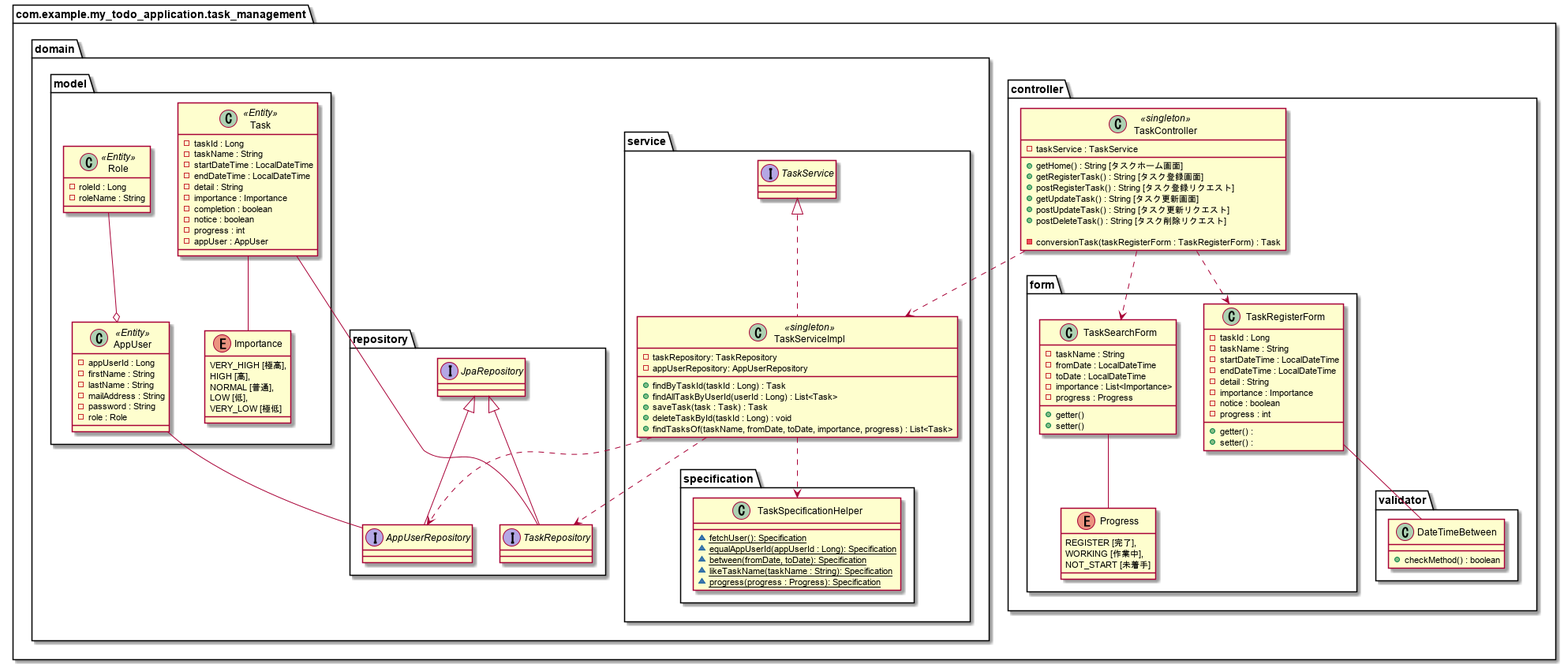
Before: plantuml/task_relation_class.png, a diagram exported from PlantUML (yasusi-1234/my_todo_application).
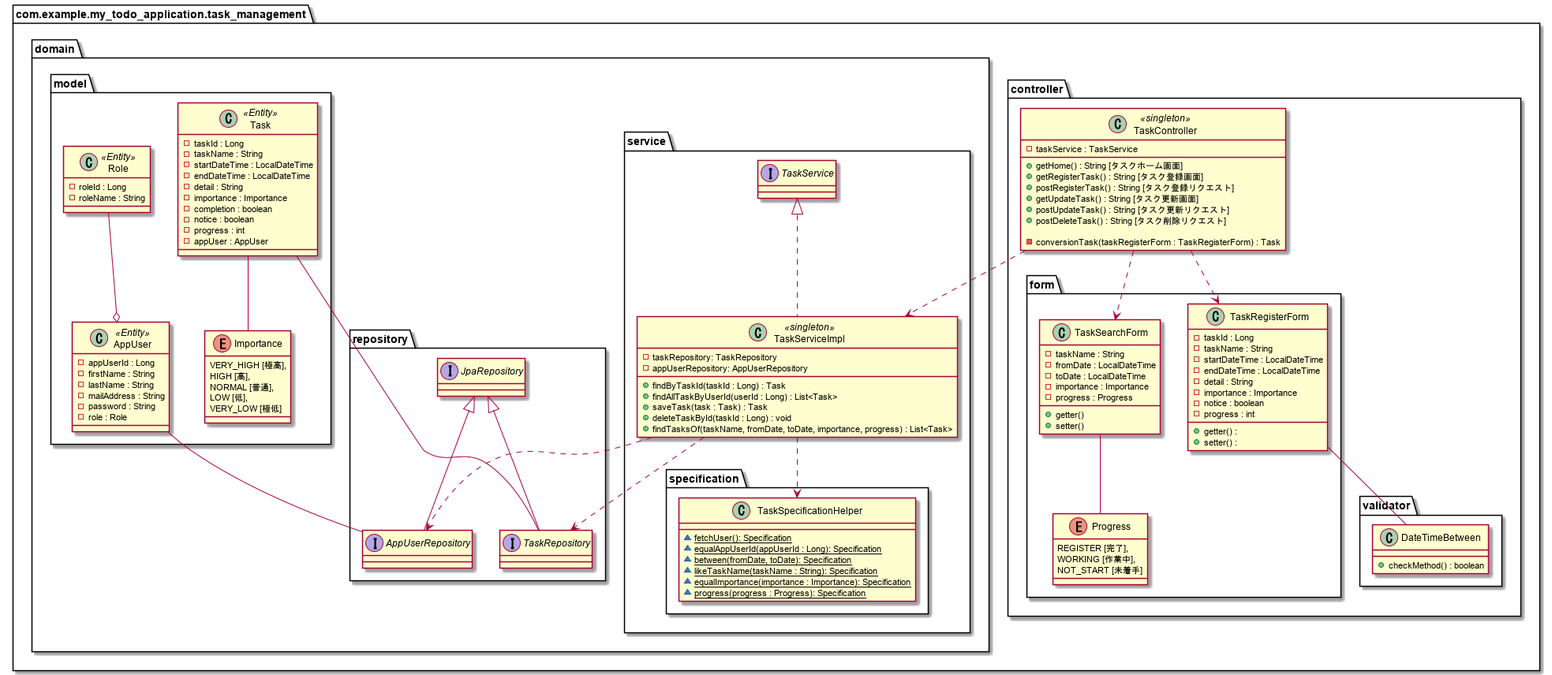
The same file after the commit.

Commit message:
TaskSpecificationHelperクラスに追加したメソッドの挿入

TaskSearchFormのimportanceのフィールド部分修正

The edit, as a diff of the source:
```diff
@@ -34,7 +34,7 @@
                 - taskName : String
                 - fromDate : LocalDateTime
                 - toDate : LocalDateTime
-                - importance : List<Importance>
+                - importance : Importance
                 - progress : Progress
 
                 + getter()
@@ -77,6 +77,7 @@
                     ~ {static} equalAppUserId(appUserId : Long): Specification
                     ~ {static} between(fromDate, toDate): Specification
                     ~ {static} likeTaskName(taskName : String): Specification
+                    ~ {static} equalImportance(importance : Importance): Specification
                     ~ {static} progress(progress : Progress): Specification
                 }
             }
```
